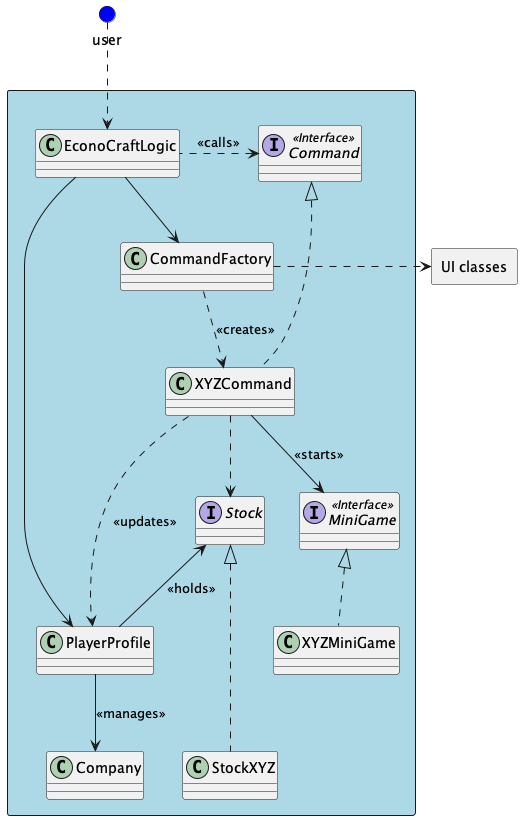
Above: docs/UML diagram/Logic.png in StargazerX0/tp (PlantUML), before the change. Its diagram source:
```plantuml
@startuml

circle user #blue

package " " <<Rectangle>> #lightblue {
    Class EconoCraftLogic
    Class CommandFactory
    Interface Command <<Interface>>
    Interface MiniGame <<Interface>>
    Class XYZCommand
    Class XYZMiniGame
    Class StockXYZ
    Class PlayerProfile
    Class Company
    Interface Stock
}

package "UI classes" <<Rectangle>> {
}

user -down.> EconoCraftLogic
EconoCraftLogic -down-> CommandFactory
CommandFactory -right.> "UI classes"
CommandFactory -down.> XYZCommand : <<creates>>
XYZCommand -.> PlayerProfile : <<updates>>
Command <|.. XYZCommand
Stock <|... StockXYZ
EconoCraftLogic -left.> Command : <<calls>>
EconoCraftLogic -down-> PlayerProfile
XYZCommand -down-> MiniGame : <<starts>>
MiniGame <|.. XYZMiniGame
PlayerProfile -down-> Company : <<manages>>
XYZCommand -.> Stock
PlayerProfile -up-> Stock : <<holds>>




@enduml
```
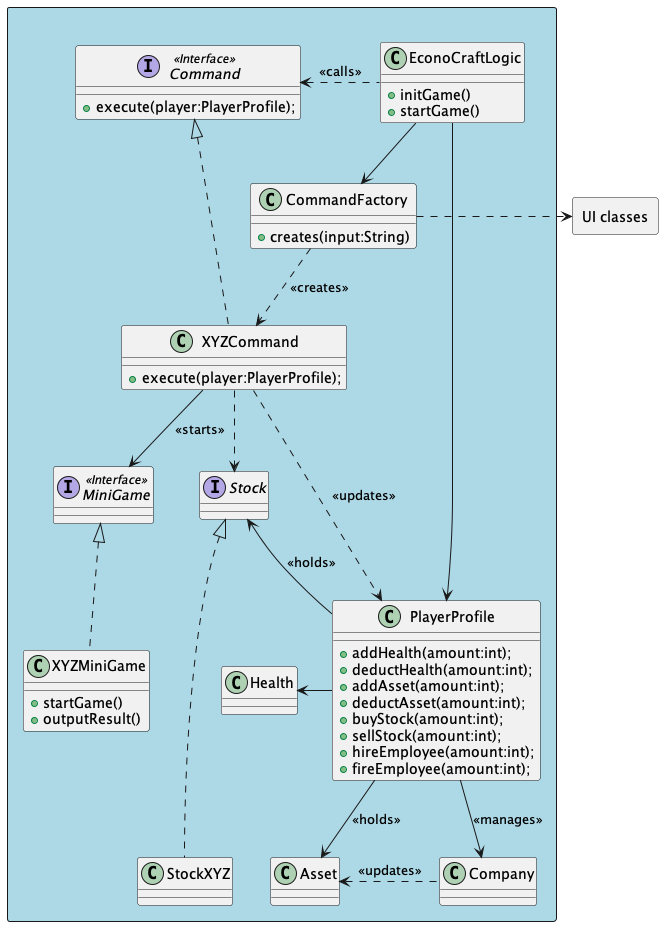
Above is the later version.

The edit, as a diff of the source:
```diff
@@ -1,16 +1,37 @@
 @startuml
 
-circle user #blue
-
 package " " <<Rectangle>> #lightblue {
-    Class EconoCraftLogic
-    Class CommandFactory
-    Interface Command <<Interface>>
+    Class EconoCraftLogic {
+        +initGame()
+        +startGame()
+    }
+    Class CommandFactory {
+        +creates(input:String)
+    }
+    Interface Command <<Interface>> {
+        +execute(player:PlayerProfile);
+    }
     Interface MiniGame <<Interface>>
-    Class XYZCommand
-    Class XYZMiniGame
+    Class XYZCommand {
+         +execute(player:PlayerProfile);
+    }
+    Class XYZMiniGame {
+        +startGame()
+        +outputResult()
+    }
     Class StockXYZ
-    Class PlayerProfile
+    Class PlayerProfile {
+        +addHealth(amount:int);
+        +deductHealth(amount:int);
+        +addAsset(amount:int);
+        +deductAsset(amount:int);
+        +buyStock(amount:int);
+        +sellStock(amount:int);
+        +hireEmployee(amount:int);
+        +fireEmployee(amount:int);
+    }
+    Class Asset
+    Class Health
     Class Company
     Interface Stock
 }
@@ -18,7 +39,6 @@
 package "UI classes" <<Rectangle>> {
 }
 
-user -down.> EconoCraftLogic
 EconoCraftLogic -down-> CommandFactory
 CommandFactory -right.> "UI classes"
 CommandFactory -down.> XYZCommand : <<creates>>
@@ -30,6 +50,9 @@
 XYZCommand -down-> MiniGame : <<starts>>
 MiniGame <|.. XYZMiniGame
 PlayerProfile -down-> Company : <<manages>>
+Company -left.> Asset : <<updates>>
+PlayerProfile -down-> Asset : <<holds>>
+PlayerProfile -left-> Health
 XYZCommand -.> Stock
 PlayerProfile -up-> Stock : <<holds>>
 
```
